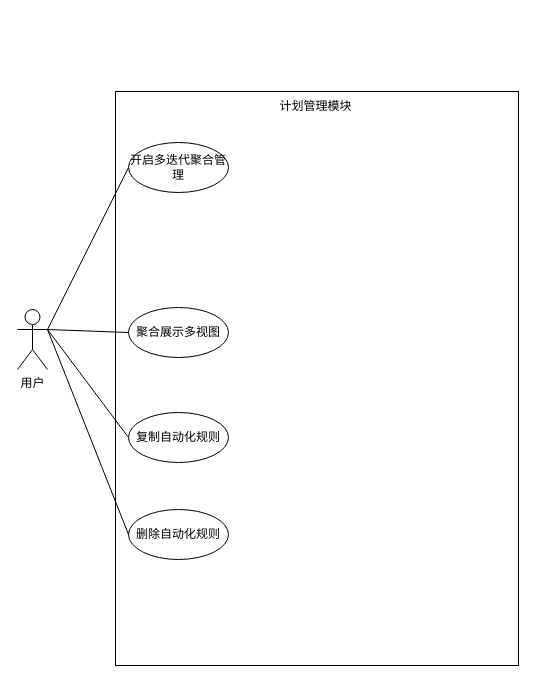
Above: 计划管理模块用例图.drawio in qf2020/drawio (draw.io), before the change. Source tidied: cells renumbered, new cells numbered last; positions are measured from the earlier drawing's top-left corner, leaving out a move shared by most shapes. Both pictures are drawn from the tidied source at 100%, with x=0, y=0 at pixel (17, 91).
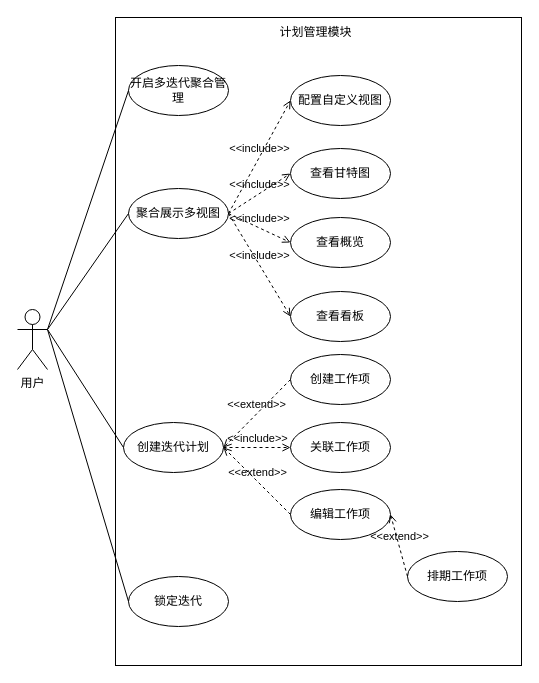
The same diagram, later.

Commit message (it also covers changes not shown here):
更新计划管理模块用例图.drawio

Diff of the diagram source:
```diff
@@
     <mxCell id="3" style="rounded=0;whiteSpace=wrap;html=1;" parent="1" vertex="1">
-      <mxGeometry x="98" width="403" height="574" as="geometry" />
+      <mxGeometry x="98" y="-74" width="406" height="648" as="geometry" />
     </mxCell>
     <mxCell id="4" value="计划管理模块" style="text;html=1;align=center;verticalAlign=middle;whiteSpace=wrap;rounded=0;" parent="1" vertex="1">
-      <mxGeometry x="249" width="99" height="30" as="geometry" />
+      <mxGeometry x="249" y="-74" width="99" height="30" as="geometry" />
     </mxCell>
     <mxCell id="5" value="聚合展示多视图" style="ellipse;whiteSpace=wrap;html=1;" parent="1" vertex="1">
-      <mxGeometry x="111" y="216" width="100" height="50" as="geometry" />
+      <mxGeometry x="111" y="97" width="100" height="50" as="geometry" />
     </mxCell>
@@
     <mxCell id="7" value="开启多迭代聚合管理" style="ellipse;whiteSpace=wrap;html=1;" parent="1" vertex="1">
-      <mxGeometry x="111" y="51" width="100" height="50" as="geometry" />
+      <mxGeometry x="111" y="-26" width="100" height="50" as="geometry" />
     </mxCell>
-    <mxCell id="8" value="删除自动化规则" style="ellipse;whiteSpace=wrap;html=1;" parent="1" vertex="1">
-      <mxGeometry x="111" y="418" width="100" height="50" as="geometry" />
+    <mxCell id="8" value="锁定迭代" style="ellipse;whiteSpace=wrap;html=1;" parent="1" vertex="1">
+      <mxGeometry x="111" y="485" width="100" height="50" as="geometry" />
     </mxCell>
-    <mxCell id="9" value="复制自动化规则" style="ellipse;whiteSpace=wrap;html=1;" parent="1" vertex="1">
-      <mxGeometry x="111" y="321" width="100" height="50" as="geometry" />
+    <mxCell id="9" value="创建迭代计划" style="ellipse;whiteSpace=wrap;html=1;" parent="1" vertex="1">
+      <mxGeometry x="106" y="331" width="100" height="50" as="geometry" />
     </mxCell>
@@
+    <mxCell id="13" value="配置自定义视图" style="ellipse;whiteSpace=wrap;html=1;" parent="1" vertex="1">
+      <mxGeometry x="273" y="-16" width="100" height="50" as="geometry" />
+    </mxCell>
+    <mxCell id="14" value="编辑工作项" style="ellipse;whiteSpace=wrap;html=1;" parent="1" vertex="1">
+      <mxGeometry x="273" y="398" width="100" height="50" as="geometry" />
+    </mxCell>
+    <mxCell id="15" value="查看概览" style="ellipse;whiteSpace=wrap;html=1;" parent="1" vertex="1">
+      <mxGeometry x="273" y="126" width="100" height="50" as="geometry" />
+    </mxCell>
+    <mxCell id="16" value="查看甘特图" style="ellipse;whiteSpace=wrap;html=1;" parent="1" vertex="1">
+      <mxGeometry x="273" y="57" width="100" height="50" as="geometry" />
+    </mxCell>
+    <mxCell id="17" value="查看看板" style="ellipse;whiteSpace=wrap;html=1;" parent="1" vertex="1">
+      <mxGeometry x="273" y="200" width="100" height="50" as="geometry" />
+    </mxCell>
+    <mxCell id="18" value="关联工作项" style="ellipse;whiteSpace=wrap;html=1;" parent="1" vertex="1">
+      <mxGeometry x="273" y="331" width="100" height="50" as="geometry" />
+    </mxCell>
+    <mxCell id="19" value="创建工作项" style="ellipse;whiteSpace=wrap;html=1;" parent="1" vertex="1">
+      <mxGeometry x="273" y="263" width="100" height="50" as="geometry" />
+    </mxCell>
+    <mxCell id="20" value="&amp;lt;&amp;lt;include&amp;gt;&amp;gt;" style="html=1;verticalAlign=bottom;labelBackgroundColor=none;endArrow=open;endFill=0;dashed=1;rounded=0;exitX=1;exitY=0.5;exitDx=0;exitDy=0;entryX=0;entryY=0.5;entryDx=0;entryDy=0;" parent="1" edge="1" source="9" target="18">
+      <mxGeometry relative="1" as="geometry" />
+    </mxCell>
+    <mxCell id="21" value="&amp;lt;&amp;lt;extend&amp;gt;&amp;gt;" style="html=1;verticalAlign=bottom;labelBackgroundColor=none;endArrow=open;endFill=0;dashed=1;rounded=0;exitX=0;exitY=0.5;exitDx=0;exitDy=0;entryX=1;entryY=0.5;entryDx=0;entryDy=0;" parent="1" edge="1" source="19" target="9">
+      <mxGeometry relative="1" as="geometry" />
+    </mxCell>
+    <mxCell id="22" value="&amp;lt;&amp;lt;include&amp;gt;&amp;gt;" style="html=1;verticalAlign=bottom;labelBackgroundColor=none;endArrow=open;endFill=0;dashed=1;rounded=0;exitX=1;exitY=0.5;exitDx=0;exitDy=0;entryX=0;entryY=0.5;entryDx=0;entryDy=0;" parent="1" edge="1" source="5" target="13">
+      <mxGeometry relative="1" as="geometry" />
+    </mxCell>
+    <mxCell id="23" value="&amp;lt;&amp;lt;include&amp;gt;&amp;gt;" style="html=1;verticalAlign=bottom;labelBackgroundColor=none;endArrow=open;endFill=0;dashed=1;rounded=0;exitX=1;exitY=0.5;exitDx=0;exitDy=0;entryX=0;entryY=0.5;entryDx=0;entryDy=0;" parent="1" edge="1" source="5" target="16">
+      <mxGeometry relative="1" as="geometry" />
+    </mxCell>
+    <mxCell id="24" value="&amp;lt;&amp;lt;include&amp;gt;&amp;gt;" style="html=1;verticalAlign=bottom;labelBackgroundColor=none;endArrow=open;endFill=0;dashed=1;rounded=0;exitX=1;exitY=0.5;exitDx=0;exitDy=0;entryX=0;entryY=0.5;entryDx=0;entryDy=0;" parent="1" edge="1" source="5" target="15">
+      <mxGeometry relative="1" as="geometry" />
+    </mxCell>
+    <mxCell id="25" value="&amp;lt;&amp;lt;include&amp;gt;&amp;gt;" style="html=1;verticalAlign=bottom;labelBackgroundColor=none;endArrow=open;endFill=0;dashed=1;rounded=0;exitX=1;exitY=0.5;exitDx=0;exitDy=0;entryX=0;entryY=0.5;entryDx=0;entryDy=0;" parent="1" edge="1" source="5" target="17">
+      <mxGeometry relative="1" as="geometry" />
+    </mxCell>
+    <mxCell id="26" value="&amp;lt;&amp;lt;extend&amp;gt;&amp;gt;" style="html=1;verticalAlign=bottom;labelBackgroundColor=none;endArrow=open;endFill=0;dashed=1;rounded=0;exitX=0;exitY=0.5;exitDx=0;exitDy=0;entryX=1;entryY=0.5;entryDx=0;entryDy=0;" parent="1" edge="1" source="14" target="9">
+      <mxGeometry relative="1" as="geometry" />
+    </mxCell>
+    <mxCell id="27" value="排期工作项" style="ellipse;whiteSpace=wrap;html=1;" parent="1" vertex="1">
+      <mxGeometry x="390" y="460" width="100" height="50" as="geometry" />
+    </mxCell>
+    <mxCell id="28" value="&amp;lt;&amp;lt;extend&amp;gt;&amp;gt;" style="html=1;verticalAlign=bottom;labelBackgroundColor=none;endArrow=open;endFill=0;dashed=1;rounded=0;exitX=0;exitY=0.5;exitDx=0;exitDy=0;entryX=1;entryY=0.5;entryDx=0;entryDy=0;" parent="1" edge="1" source="27" target="14">
+      <mxGeometry relative="1" as="geometry" />
+    </mxCell>
```
